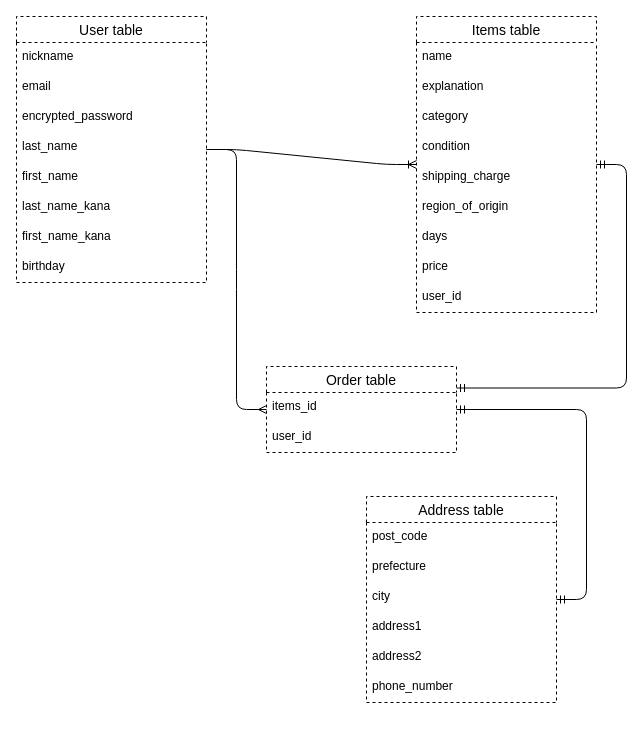
Before: table.dio in kyamax/furima-38193, a draw.io diagram. Source tidied: cells renumbered, new cells numbered last; positions are measured from the earlier drawing's top-left corner, leaving out a move shared by most shapes. Both pictures are drawn from the tidied source at 100%, with x=0, y=0 at pixel (16, 16).
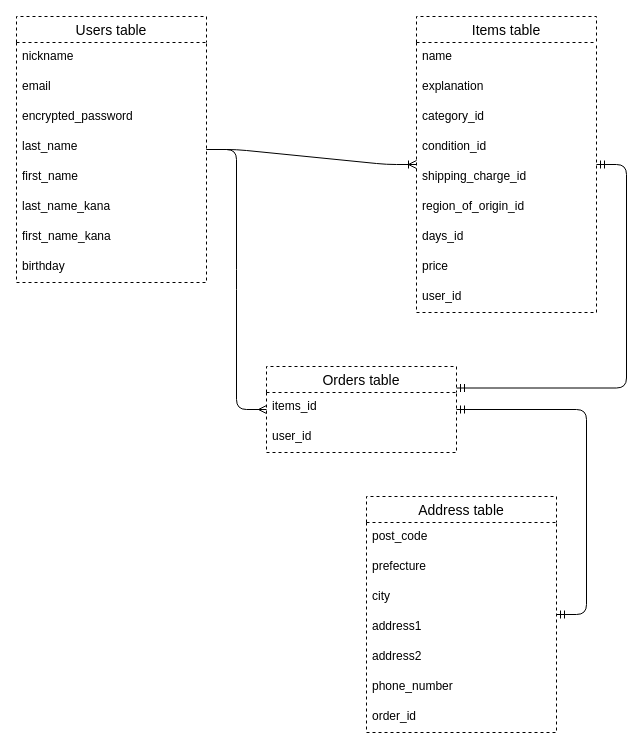
Above is the later version.

Commit message (it also covers changes not shown here):
【修正】データベース設計

Unchanged cells that the change refers to:
```xml
<mxCell id="11" value="Items table" style="swimlane;fontStyle=0;horizontal=1;startSize=26;align=center;fontSize=14;dashed=1;" parent="1" vertex="1">
  <mxGeometry x="400" width="180" height="296" as="geometry" />
</mxCell>
```

Diff of the diagram source:
```diff
@@
-    <mxCell id="2" value="User table" style="swimlane;fontStyle=0;horizontal=1;startSize=26;align=center;fontSize=14;dashed=1;" parent="1" vertex="1">
+    <mxCell id="2" value="Users table" style="swimlane;fontStyle=0;horizontal=1;startSize=26;align=center;fontSize=14;dashed=1;" parent="1" vertex="1">
       <mxGeometry width="190" height="266" as="geometry" />
     </mxCell>
@@
-    <mxCell id="14" value="category" style="text;strokeColor=none;fillColor=none;spacingLeft=4;spacingRight=4;overflow=hidden;fontSize=12;dashed=1;" parent="11" vertex="1">
+    <mxCell id="14" value="category_id" style="text;strokeColor=none;fillColor=none;spacingLeft=4;spacingRight=4;overflow=hidden;fontSize=12;dashed=1;" parent="11" vertex="1">
       <mxGeometry y="86" width="180" height="30" as="geometry" />
     </mxCell>
-    <mxCell id="15" value="condition" style="text;strokeColor=none;fillColor=none;spacingLeft=4;spacingRight=4;overflow=hidden;fontSize=12;dashed=1;" parent="11" vertex="1">
+    <mxCell id="15" value="condition_id" style="text;strokeColor=none;fillColor=none;spacingLeft=4;spacingRight=4;overflow=hidden;fontSize=12;dashed=1;" parent="11" vertex="1">
       <mxGeometry y="116" width="180" height="30" as="geometry" />
     </mxCell>
-    <mxCell id="16" value="shipping_charge" style="text;strokeColor=none;fillColor=none;spacingLeft=4;spacingRight=4;overflow=hidden;fontSize=12;dashed=1;" parent="11" vertex="1">
+    <mxCell id="16" value="shipping_charge_id" style="text;strokeColor=none;fillColor=none;spacingLeft=4;spacingRight=4;overflow=hidden;fontSize=12;dashed=1;" parent="11" vertex="1">
       <mxGeometry y="146" width="180" height="30" as="geometry" />
     </mxCell>
-    <mxCell id="17" value="region_of_origin" style="text;strokeColor=none;fillColor=none;spacingLeft=4;spacingRight=4;overflow=hidden;fontSize=12;dashed=1;" parent="11" vertex="1">
+    <mxCell id="17" value="region_of_origin_id" style="text;strokeColor=none;fillColor=none;spacingLeft=4;spacingRight=4;overflow=hidden;fontSize=12;dashed=1;" parent="11" vertex="1">
       <mxGeometry y="176" width="180" height="30" as="geometry" />
     </mxCell>
-    <mxCell id="18" value="days" style="text;strokeColor=none;fillColor=none;spacingLeft=4;spacingRight=4;overflow=hidden;fontSize=12;dashed=1;" parent="11" vertex="1">
+    <mxCell id="18" value="days_id" style="text;strokeColor=none;fillColor=none;spacingLeft=4;spacingRight=4;overflow=hidden;fontSize=12;dashed=1;" parent="11" vertex="1">
       <mxGeometry y="206" width="180" height="30" as="geometry" />
     </mxCell>
@@
     <mxCell id="21" value="Address table" style="swimlane;fontStyle=0;horizontal=1;startSize=26;align=center;fontSize=14;dashed=1;" parent="1" vertex="1">
-      <mxGeometry x="350" y="480" width="190" height="206" as="geometry" />
+      <mxGeometry x="350" y="480" width="190" height="236" as="geometry" />
     </mxCell>
@@
+    <mxCell id="35" value="order_id" style="text;strokeColor=none;fillColor=none;spacingLeft=4;spacingRight=4;overflow=hidden;fontSize=12;dashed=1;" parent="21" vertex="1">
+      <mxGeometry y="206" width="190" height="30" as="geometry" />
+    </mxCell>
@@
-    <mxCell id="29" value="Order table" style="swimlane;fontStyle=0;horizontal=1;startSize=26;align=center;fontSize=14;dashed=1;" parent="1" vertex="1">
+    <mxCell id="29" value="Orders table" style="swimlane;fontStyle=0;horizontal=1;startSize=26;align=center;fontSize=14;dashed=1;" parent="1" vertex="1">
       <mxGeometry x="250" y="350" width="190" height="86" as="geometry" />
     </mxCell>
```
